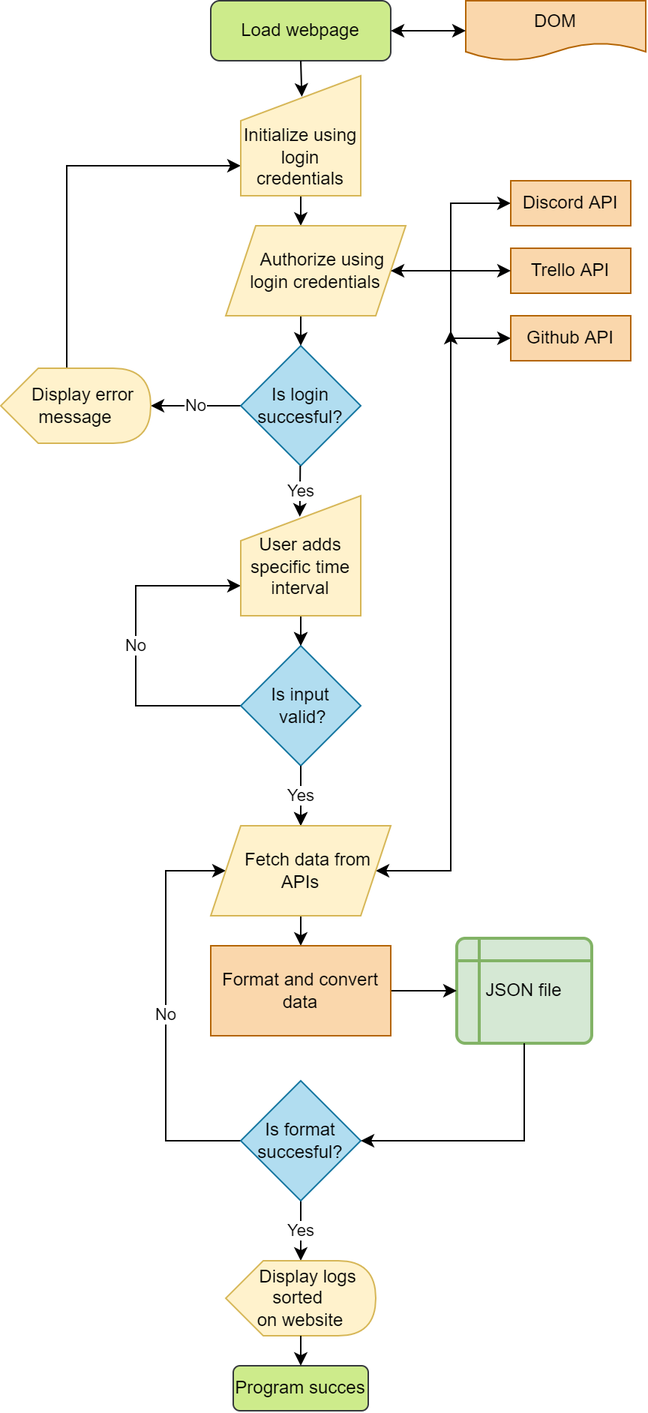
Earlier version of the draw.io export UML & Flowcharts/pngs/overall_flowchart.drawio.png (denBruneBarone/P2). Source tidied: cells renumbered, new cells last; positions are measured from the earlier drawing's top-left corner, leaving out a move shared by most shapes.
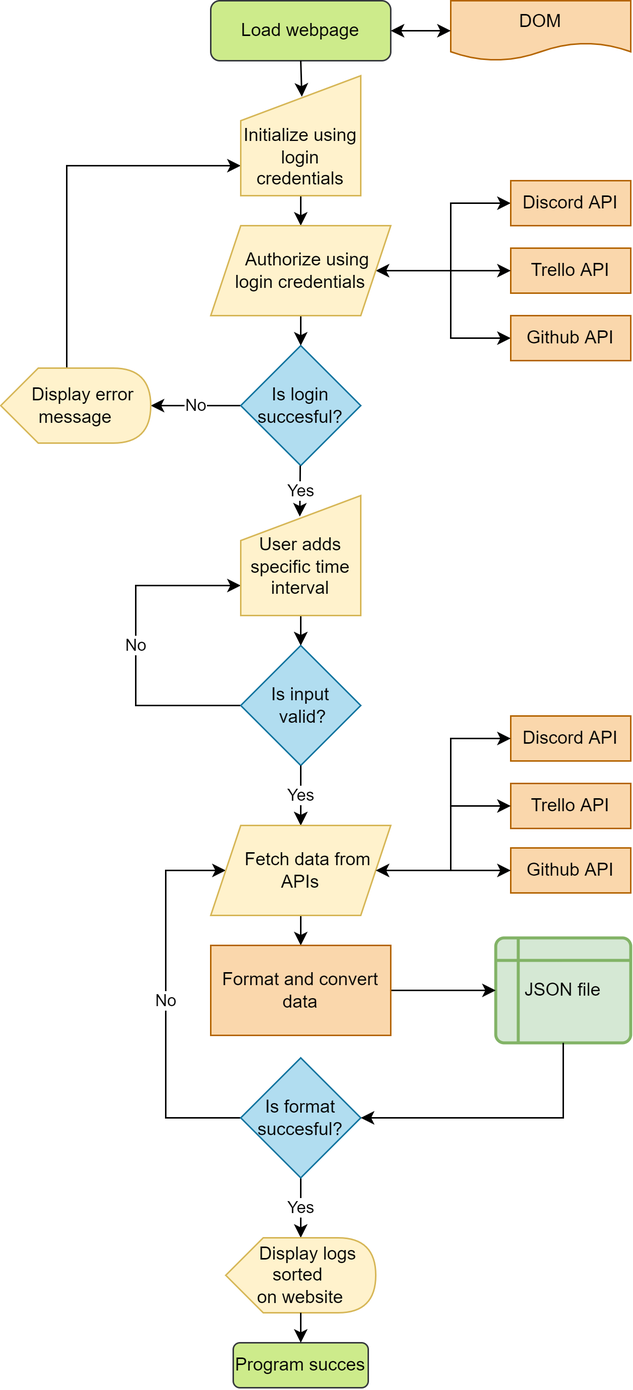
After the change.

The edit, as a diff of the source:
```diff
@@ -64,10 +64,8 @@
     <mxCell id="14" style="edgeStyle=orthogonalEdgeStyle;rounded=0;jettySize=auto;html=1;entryX=0;entryY=0.75;entryDx=0;entryDy=0;exitX=0.44;exitY=0;exitDx=0;exitDy=0;exitPerimeter=0;" parent="1" edge="1" source="38" target="35">
       <mxGeometry relative="1" as="geometry" />
     </mxCell>
-    <mxCell id="15" style="endArrow=classic;startArrow=classic;html=1;rounded=0;entryX=0;entryY=0.5;entryDx=0;entryDy=0;exitX=1;exitY=0.5;exitDx=0;exitDy=0;" parent="1" edge="1" target="9">
-      <mxGeometry relative="1" as="geometry">
-        <mxPoint x="260" y="180" as="sourcePoint" />
-      </mxGeometry>
+    <mxCell id="15" style="endArrow=classic;startArrow=classic;html=1;rounded=0;entryX=0;entryY=0.5;entryDx=0;entryDy=0;exitX=1;exitY=0.5;exitDx=0;exitDy=0;" parent="1" edge="1" source="37" target="9">
+      <mxGeometry relative="1" as="geometry" />
     </mxCell>
     <mxCell id="16" value="No" style="edgeStyle=orthogonalEdgeStyle;rounded=0;jettySize=auto;html=1;exitX=0;exitY=0.5;exitDx=0;exitDy=0;entryX=0;entryY=0.75;entryDx=0;entryDy=0;" parent="1" edge="1" source="18" target="30">
       <mxGeometry relative="1" as="geometry">
@@ -91,14 +89,6 @@
         <mxPoint x="200" y="630" as="targetPoint" />
       </mxGeometry>
     </mxCell>
-    <mxCell id="20" style="endArrow=classic;html=1;rounded=0;entryX=1;entryY=0.5;entryDx=0;entryDy=0;strokeColor=#000000;startArrow=classic;" parent="1" edge="1" target="36">
-      <mxGeometry relative="1" as="geometry">
-        <mxPoint x="300" y="220" as="sourcePoint" />
-        <Array as="points">
-          <mxPoint x="300" y="580" />
-        </Array>
-      </mxGeometry>
-    </mxCell>
     <mxCell id="21" style="endArrow=classic;html=1;rounded=0;exitX=0.5;exitY=1;exitDx=0;exitDy=0;entryX=0.5;entryY=0;entryDx=0;entryDy=0;" parent="1" edge="1" target="18">
       <mxGeometry relative="1" as="geometry">
         <mxPoint x="200" y="410" as="sourcePoint" />
@@ -115,31 +105,31 @@
     <mxCell id="24" value="No" style="edgeStyle=orthogonalEdgeStyle;rounded=0;jettySize=auto;html=1;exitX=0;exitY=0.5;exitDx=0;exitDy=0;entryX=0;entryY=0.5;entryDx=0;entryDy=0;" parent="1" edge="1" source="25" target="36">
       <mxGeometry relative="1" as="geometry">
         <Array as="points">
-          <mxPoint x="110" y="760" />
+          <mxPoint x="110" y="745" />
           <mxPoint x="110" y="580" />
         </Array>
       </mxGeometry>
     </mxCell>
     <mxCell id="25" value="Is format succesful?" style="rhombus;whiteSpace=wrap;html=1;fillColor=#b1ddf0;strokeColor=#10739e;" parent="1" vertex="1">
-      <mxGeometry x="160" y="720" width="80" height="80" as="geometry" />
+      <mxGeometry x="160" y="705" width="80" height="80" as="geometry" />
     </mxCell>
     <mxCell id="26" style="endArrow=classic;html=1;rounded=0;exitX=0.5;exitY=1;exitDx=0;exitDy=0;entryX=0.509;entryY=0.175;entryDx=0;entryDy=0;entryPerimeter=0;" parent="1" edge="1" source="2" target="35">
       <mxGeometry relative="1" as="geometry" />
     </mxCell>
     <mxCell id="27" value="DOM" style="shape=document;whiteSpace=wrap;html=1;boundedLbl=1;fillColor=#fad7ac;strokeColor=#b46504;" parent="1" vertex="1">
-      <mxGeometry x="310" width="120" height="40" as="geometry" />
+      <mxGeometry x="300" width="120" height="40" as="geometry" />
     </mxCell>
     <mxCell id="28" style="endArrow=classic;html=1;rounded=0;strokeColor=#000000;curved=1;entryX=1;entryY=0.5;entryDx=0;entryDy=0;startArrow=classic;" parent="1" edge="1" source="27" target="2">
       <mxGeometry relative="1" as="geometry" />
     </mxCell>
     <mxCell id="29" value="&amp;nbsp; &amp;nbsp; Display logs &lt;br&gt;sorted &lt;br&gt;on website" style="shape=display;whiteSpace=wrap;html=1;fillColor=#fff2cc;strokeColor=#d6b656;" parent="1" vertex="1">
-      <mxGeometry x="150" y="840" width="100" height="50" as="geometry" />
+      <mxGeometry x="150" y="825" width="100" height="50" as="geometry" />
     </mxCell>
     <mxCell id="30" value="&lt;span&gt;&lt;br&gt;User adds specific time interval&lt;br&gt;&lt;/span&gt;" style="shape=manualInput;whiteSpace=wrap;html=1;fillColor=#fff2cc;strokeColor=#d6b656;" parent="1" vertex="1">
       <mxGeometry x="160" y="330" width="80" height="80" as="geometry" />
     </mxCell>
     <mxCell id="31" value="JSON file" style="shape=internalStorage;whiteSpace=wrap;html=1;dx=15;dy=15;rounded=1;arcSize=8;strokeWidth=2;fillColor=#d5e8d4;strokeColor=#82b366;gradientDirection=north;" parent="1" vertex="1">
-      <mxGeometry x="304" y="625" width="90" height="70" as="geometry" />
+      <mxGeometry x="330" y="625" width="90" height="70" as="geometry" />
     </mxCell>
     <mxCell id="32" style="edgeStyle=orthogonalEdgeStyle;curved=1;rounded=0;jettySize=auto;html=1;exitX=1;exitY=0.5;exitDx=0;exitDy=0;entryX=0;entryY=0.5;entryDx=0;entryDy=0;strokeColor=default;" parent="1" edge="1" source="33" target="31">
       <mxGeometry relative="1" as="geometry" />
@@ -150,7 +140,7 @@
     <mxCell id="34" value="&lt;br&gt;" style="edgeStyle=orthogonalEdgeStyle;rounded=0;jettySize=auto;html=1;exitX=0.5;exitY=1;exitDx=0;exitDy=0;entryX=1;entryY=0.5;entryDx=0;entryDy=0;" parent="1" edge="1" source="31" target="25">
       <mxGeometry relative="1" as="geometry">
         <Array as="points">
-          <mxPoint x="349" y="760" />
+          <mxPoint x="375" y="745" />
         </Array>
       </mxGeometry>
     </mxCell>
@@ -161,16 +151,44 @@
       <mxGeometry x="140" y="550" width="120" height="60" as="geometry" />
     </mxCell>
     <mxCell id="37" value="&lt;span&gt;&amp;nbsp; &amp;nbsp;Authorize using login credentials&lt;/span&gt;" style="shape=parallelogram;perimeter=parallelogramPerimeter;whiteSpace=wrap;html=1;fixedSize=1;fillColor=#fff2cc;strokeColor=#d6b656;" parent="1" vertex="1">
-      <mxGeometry x="150" y="150" width="120" height="60" as="geometry" />
+      <mxGeometry x="140" y="150" width="120" height="60" as="geometry" />
     </mxCell>
     <mxCell id="38" value="&lt;span&gt;&amp;nbsp; &amp;nbsp; &amp;nbsp; Display error&amp;nbsp; &amp;nbsp; message&lt;/span&gt;" style="shape=display;whiteSpace=wrap;html=1;fillColor=#fff2cc;strokeColor=#d6b656;" parent="1" vertex="1">
       <mxGeometry y="245" width="100" height="50" as="geometry" />
     </mxCell>
     <mxCell id="39" value="Program succes" style="rounded=1;whiteSpace=wrap;html=1;fillColor=#cdeb8b;strokeColor=#36393d;" parent="1" vertex="1">
-      <mxGeometry x="155" y="910" width="90" height="30" as="geometry" />
+      <mxGeometry x="155" y="895" width="90" height="30" as="geometry" />
     </mxCell>
     <mxCell id="40" style="endArrow=classic;html=1;rounded=0;strokeColor=default;curved=1;entryX=0.5;entryY=0;entryDx=0;entryDy=0;exitX=0;exitY=0;exitDx=50;exitDy=50;exitPerimeter=0;" parent="1" edge="1" source="29" target="39">
       <mxGeometry relative="1" as="geometry" />
     </mxCell>
+    <mxCell id="41" value="Discord API" style="rounded=0;whiteSpace=wrap;html=1;fillColor=#fad7ac;strokeColor=#b46504;" parent="1" vertex="1">
+      <mxGeometry x="340" y="477" width="80" height="30" as="geometry" />
+    </mxCell>
+    <mxCell id="42" value="Trello API" style="rounded=0;whiteSpace=wrap;html=1;fillColor=#fad7ac;strokeColor=#b46504;" parent="1" vertex="1">
+      <mxGeometry x="340" y="522" width="80" height="30" as="geometry" />
+    </mxCell>
+    <mxCell id="43" value="Github API" style="rounded=0;whiteSpace=wrap;html=1;fillColor=#fad7ac;strokeColor=#b46504;" parent="1" vertex="1">
+      <mxGeometry x="340" y="565" width="80" height="30" as="geometry" />
+    </mxCell>
+    <mxCell id="44" style="endArrow=classic;startArrow=classic;html=1;rounded=0;exitX=1;exitY=0.5;exitDx=0;exitDy=0;entryX=0;entryY=0.5;entryDx=0;entryDy=0;" parent="1" edge="1" source="36" target="43">
+      <mxGeometry relative="1" as="geometry" />
+    </mxCell>
+    <mxCell id="45" style="endArrow=classic;html=1;rounded=0;entryX=0;entryY=0.5;entryDx=0;entryDy=0;" parent="1" edge="1" target="41">
+      <mxGeometry relative="1" as="geometry">
+        <mxPoint x="300" y="580" as="sourcePoint" />
+        <Array as="points">
+          <mxPoint x="300" y="492" />
+        </Array>
+      </mxGeometry>
+    </mxCell>
+    <mxCell id="46" style="endArrow=classic;html=1;rounded=0;entryX=0;entryY=0.5;entryDx=0;entryDy=0;" parent="1" edge="1" target="42">
+      <mxGeometry relative="1" as="geometry">
+        <mxPoint x="300" y="580" as="sourcePoint" />
+        <Array as="points">
+          <mxPoint x="300" y="537" />
+        </Array>
+      </mxGeometry>
+    </mxCell>
   </root>
 </mxGraphModel>
```
